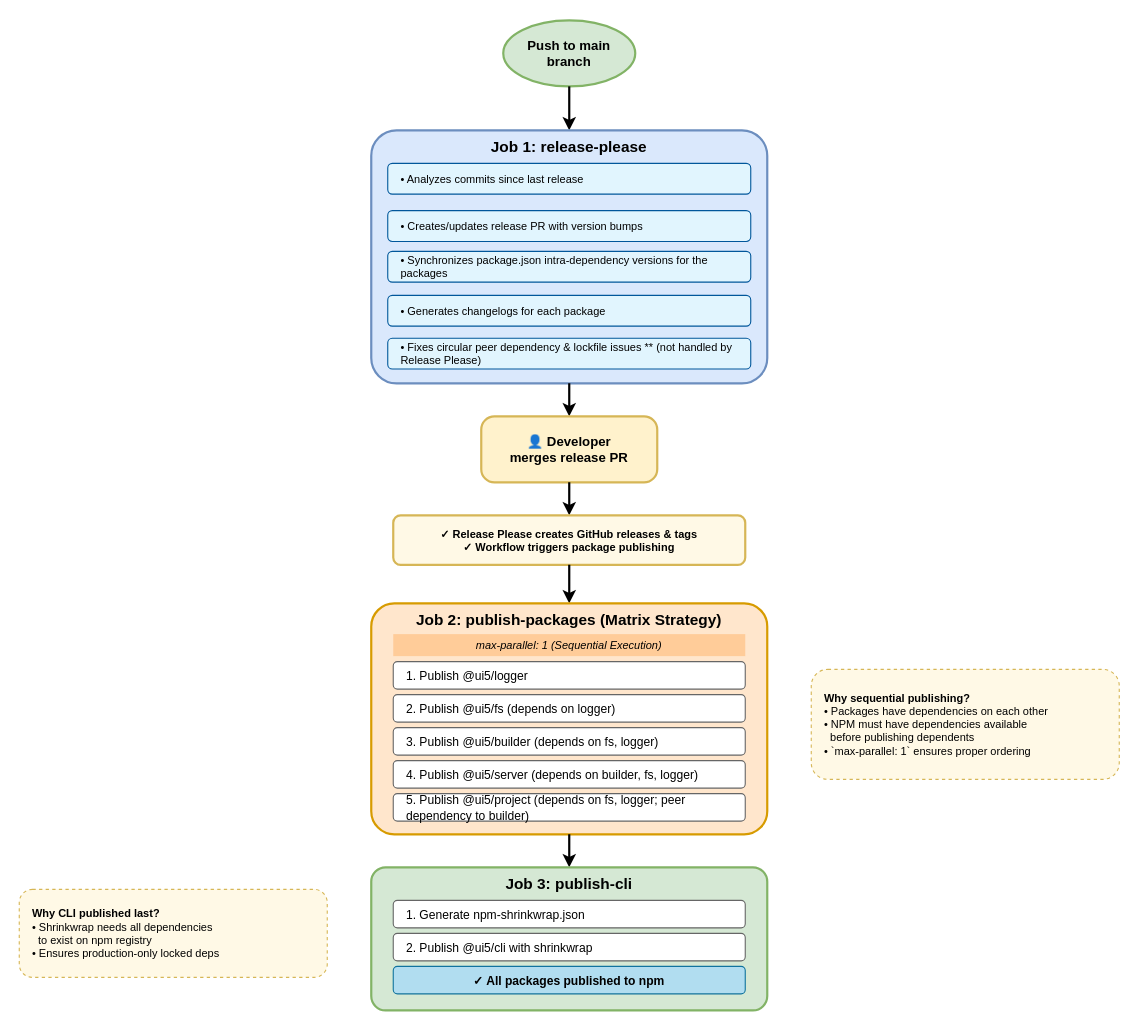
The draw.io diagram docs/release-workflow-diagram.drawio in UI5/cli, before the edit. Source tidied: cells renumbered, new cells numbered last; positions are measured from the earlier drawing's top-left corner, leaving out a move shared by most shapes. Both pictures are drawn from the tidied source at 110%, with x=0, y=0 at pixel (19, 20).
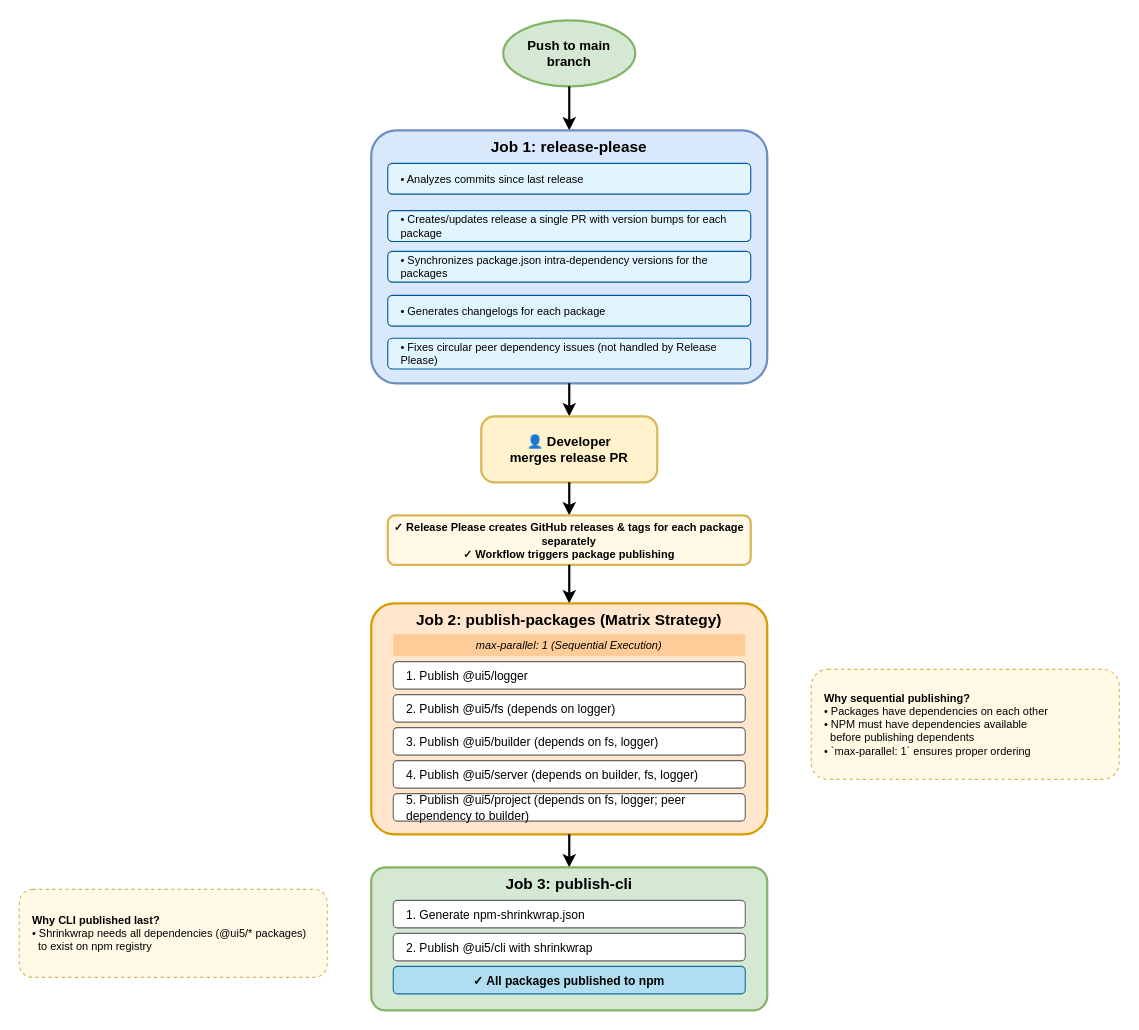
Above is the later version.

Diff of the diagram source:
```diff
@@
-    <mxCell id="6" value="• Creates/updates release PR with version bumps" style="rounded=1;whiteSpace=wrap;html=1;fillColor=#e1f5fe;strokeColor=#01579b;align=left;spacingLeft=10;fontSize=10;" parent="1" vertex="1">
+    <mxCell id="6" value="• Creates/updates release a single PR with version bumps for each package" style="rounded=1;whiteSpace=wrap;html=1;fillColor=#e1f5fe;strokeColor=#01579b;align=left;spacingLeft=10;fontSize=10;" parent="1" vertex="1">
       <mxGeometry x="335" y="173" width="330" height="28" as="geometry" />
     </mxCell>
@@
-    <mxCell id="8" value="• Fixes circular peer dependency &amp;amp; lockfile issues ** (not handled by Release Please)" style="rounded=1;whiteSpace=wrap;html=1;fillColor=#e1f5fe;strokeColor=#01579b;align=left;spacingLeft=10;fontSize=10;" parent="1" vertex="1">
+    <mxCell id="8" value="• Fixes circular peer dependency issues (not handled by Release Please)" style="rounded=1;whiteSpace=wrap;html=1;fillColor=#e1f5fe;strokeColor=#01579b;align=left;spacingLeft=10;fontSize=10;" parent="1" vertex="1">
       <mxGeometry x="335" y="289" width="330" height="28" as="geometry" />
     </mxCell>
@@
-    <mxCell id="12" value="✓ Release Please creates GitHub releases &amp; tags&lt;br&gt;✓ Workflow triggers package publishing" style="rounded=1;whiteSpace=wrap;html=1;fillColor=#fff9e6;strokeColor=#d6b656;strokeWidth=2;fontStyle=1;fontSize=10;" parent="1" vertex="1">
-      <mxGeometry x="340" y="450" width="320" height="45" as="geometry" />
+    <mxCell id="12" value="✓ Release Please creates GitHub releases &amp;amp; tags for each package separately&lt;br&gt;✓ Workflow triggers package publishing" style="rounded=1;whiteSpace=wrap;html=1;fillColor=#fff9e6;strokeColor=#d6b656;strokeWidth=2;fontStyle=1;fontSize=10;" parent="1" vertex="1">
+      <mxGeometry x="335" y="450" width="330" height="45" as="geometry" />
     </mxCell>
@@
-    <mxCell id="27" value="&lt;b&gt;Why CLI published last?&lt;/b&gt;&lt;br&gt;• Shrinkwrap needs all dependencies&lt;br&gt;&amp;nbsp;&amp;nbsp;to exist on npm registry&lt;br&gt;• Ensures production-only locked deps" style="rounded=1;whiteSpace=wrap;html=1;fillColor=#fff9e6;strokeColor=#d6b656;dashed=1;dashPattern=3 3;align=left;spacingLeft=10;fontSize=10;" parent="1" vertex="1">
+    <mxCell id="27" value="&lt;b&gt;Why CLI published last?&lt;/b&gt;&lt;br&gt;• Shrinkwrap needs all dependencies (@ui5/* packages)&lt;br&gt;&amp;nbsp;&amp;nbsp;to exist on npm registry" style="rounded=1;whiteSpace=wrap;html=1;fillColor=#fff9e6;strokeColor=#d6b656;dashed=1;dashPattern=3 3;align=left;spacingLeft=10;fontSize=10;" parent="1" vertex="1">
       <mxGeometry y="790" width="280" height="80" as="geometry" />
     </mxCell>
```
